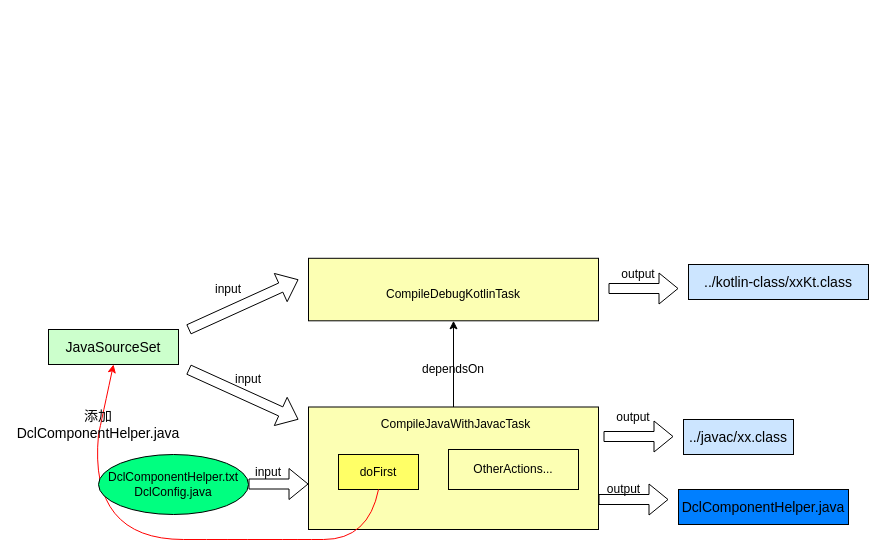
Before: page "Page-3" (3 of 3) of T9.drawio in shinecjj/UML, a draw.io diagram. Source tidied: cells renumbered, new cells numbered last; positions are measured from the earlier drawing's top-left corner, leaving out a move shared by most shapes. Both pictures are drawn from the tidied source at 100%, with x=0, y=0 at pixel (48, 258).
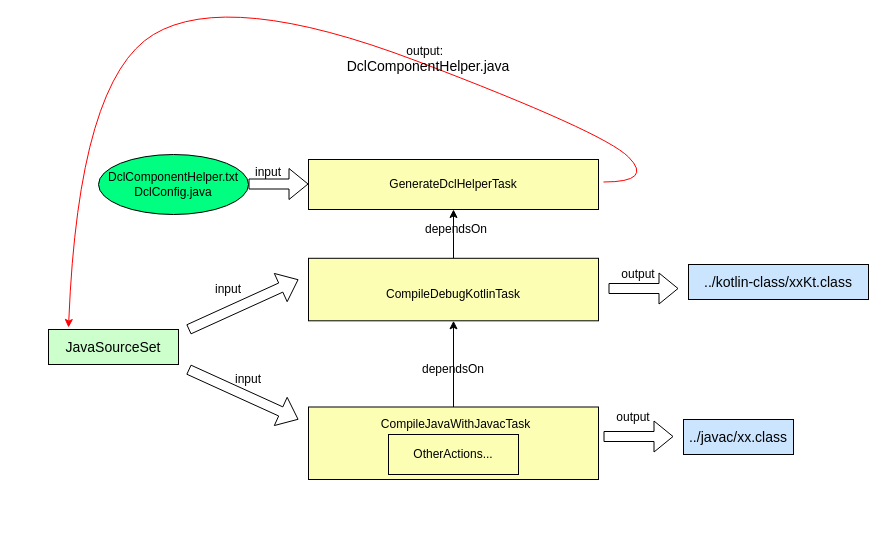
The same diagram, later.

The change refers to these unchanged cells:
```xml
<mxCell id="6" value="&lt;span style=&quot;font-size: 14px&quot;&gt;JavaSourceSet&lt;/span&gt;" style="rounded=0;whiteSpace=wrap;html=1;strokeColor=#000000;fillColor=#CCFFCC;" parent="1" vertex="1">
  <mxGeometry y="71" width="130" height="35" as="geometry" />
</mxCell>
<mxCell id="12" style="rounded=0;whiteSpace=wrap;html=1;strokeColor=#000000;fillColor=#FCFFB3;" parent="1" vertex="1">
  <mxGeometry x="260" y="-0.2" width="290" height="62.5" as="geometry" />
</mxCell>
```

What changed in the source:
```diff
@@
     <mxCell id="2" style="rounded=0;whiteSpace=wrap;html=1;strokeColor=#000000;fillColor=#FCFFB3;" parent="1" vertex="1">
-      <mxGeometry x="260" y="148.5" width="290" height="122.5" as="geometry" />
+      <mxGeometry x="260" y="148.5" width="290" height="72.5" as="geometry" />
     </mxCell>
@@
-    <mxCell id="4" value="doFirst" style="rounded=0;whiteSpace=wrap;html=1;strokeColor=#000000;fillColor=#FFFF66;" parent="1" vertex="1">
-      <mxGeometry x="290" y="196" width="80" height="35" as="geometry" />
-    </mxCell>
     <mxCell id="5" value="OtherActions..." style="rounded=0;whiteSpace=wrap;html=1;strokeColor=#000000;fillColor=#FCFFB3;" parent="1" vertex="1">
-      <mxGeometry x="400" y="191" width="130" height="40" as="geometry" />
+      <mxGeometry x="340" y="176" width="130" height="40" as="geometry" />
     </mxCell>
@@
-    <mxCell id="7" style="curved=1;endArrow=classic;html=1;fillColor=#FFFFFF;entryX=0.5;entryY=1;entryDx=0;entryDy=0;exitX=0.5;exitY=1;exitDx=0;exitDy=0;strokeColor=#FF0000;startArrow=none;" parent="1" edge="1" source="22" target="6">
-      <mxGeometry relative="1" as="geometry" />
-    </mxCell>
@@
+    <mxCell id="30" style="edgeStyle=orthogonalEdgeStyle;rounded=0;jettySize=auto;html=1;strokeColor=#000000;fillColor=#FFFFFF;" parent="1" edge="1" source="12" target="31">
+      <mxGeometry relative="1" as="geometry" />
+    </mxCell>
@@
-    <mxCell id="22" value="&lt;font style=&quot;font-size: 14px&quot;&gt;添加DclComponentHelper.java&lt;/font&gt;" style="text;html=1;strokeColor=none;fillColor=none;align=center;verticalAlign=middle;whiteSpace=wrap;rounded=0;" parent="1" vertex="1">
-      <mxGeometry x="30" y="156" width="40" height="20" as="geometry" />
-    </mxCell>
-    <mxCell id="23" style="curved=1;endArrow=none;html=1;fillColor=#FFFFFF;entryX=0.5;entryY=1;entryDx=0;entryDy=0;exitX=0.5;exitY=1;exitDx=0;exitDy=0;strokeColor=#FF0000;" parent="1" edge="1" source="4" target="22">
-      <mxGeometry relative="1" as="geometry">
-        <Array as="points">
-          <mxPoint x="320" y="281" />
-          <mxPoint x="230" y="281" />
-          <mxPoint x="40" y="281" />
-        </Array>
-      </mxGeometry>
-    </mxCell>
-    <mxCell id="24" style="shape=flexArrow;endArrow=classic;html=1;strokeColor=#000000;fillColor=#FFFFFF;" parent="1" edge="1">
-      <mxGeometry relative="1" as="geometry">
-        <mxPoint x="200" y="225.5" as="sourcePoint" />
-        <mxPoint x="260" y="225.5" as="targetPoint" />
-      </mxGeometry>
-    </mxCell>
+    <mxCell id="31" value="GenerateDclHelperTask" style="rounded=0;whiteSpace=wrap;html=1;strokeColor=#000000;fillColor=#FCFFB3;" parent="1" vertex="1">
+      <mxGeometry x="260" y="-99" width="290" height="50" as="geometry" />
+    </mxCell>
+    <mxCell id="32" style="shape=flexArrow;endArrow=classic;html=1;strokeColor=#000000;fillColor=#FFFFFF;" parent="1" edge="1">
+      <mxGeometry relative="1" as="geometry">
+        <mxPoint x="200" y="-74.5" as="sourcePoint" />
+        <mxPoint x="260" y="-74.5" as="targetPoint" />
+      </mxGeometry>
+    </mxCell>
     <mxCell id="25" value="input" style="text;html=1;strokeColor=none;fillColor=none;align=center;verticalAlign=middle;whiteSpace=wrap;rounded=0;" parent="1" vertex="1">
-      <mxGeometry x="200" y="203.5" width="40" height="20" as="geometry" />
+      <mxGeometry x="200" y="-96.5" width="40" height="20" as="geometry" />
     </mxCell>
     <mxCell id="26" value="&lt;span&gt;DclComponentHelper.txt&lt;br&gt;&lt;/span&gt;DclConfig.java" style="ellipse;whiteSpace=wrap;html=1;strokeColor=#000000;fillColor=#00FF80;" parent="1" vertex="1">
-      <mxGeometry x="50" y="196" width="150" height="60" as="geometry" />
+      <mxGeometry x="50" y="-104" width="150" height="60" as="geometry" />
     </mxCell>
-    <mxCell id="27" style="shape=flexArrow;endArrow=classic;html=1;fillColor=#FFFFFF;" parent="1" edge="1">
-      <mxGeometry relative="1" as="geometry">
-        <mxPoint x="550" y="241" as="sourcePoint" />
-        <mxPoint x="620" y="241" as="targetPoint" />
-      </mxGeometry>
-    </mxCell>
-    <mxCell id="28" value="output" style="text;html=1;align=center;verticalAlign=middle;strokeColor=none;" parent="1" vertex="1">
-      <mxGeometry x="550" y="221" width="50" height="20" as="geometry" />
-    </mxCell>
-    <mxCell id="29" value="&lt;span style=&quot;font-size: 14px&quot;&gt;DclComponentHelper.java&lt;/span&gt;" style="rounded=0;whiteSpace=wrap;html=1;strokeColor=#000000;fillColor=#007FFF;" parent="1" vertex="1">
-      <mxGeometry x="630" y="231" width="170" height="35" as="geometry" />
-    </mxCell>
+    <mxCell id="33" style="curved=1;endArrow=classic;html=1;strokeColor=#FF0000;fillColor=#FFFFFF;entryX=0.154;entryY=-0.057;entryDx=0;entryDy=0;entryPerimeter=0;" parent="1" edge="1" target="6">
+      <mxGeometry relative="1" as="geometry">
+        <mxPoint x="555" y="-76.5" as="sourcePoint" />
+        <Array as="points">
+          <mxPoint x="605" y="-76.5" />
+          <mxPoint x="555" y="-126.5" />
+          <mxPoint x="180" y="-269" />
+          <mxPoint x="30" y="-179" />
+        </Array>
+      </mxGeometry>
+    </mxCell>
+    <mxCell id="34" value="output:&amp;nbsp;&amp;nbsp;&lt;br&gt;&lt;span style=&quot;font-family: &amp;#34;helvetica&amp;#34; ; font-size: 14px&quot;&gt;DclComponentHelper.java&lt;/span&gt;" style="text;html=1;strokeColor=none;fillColor=none;align=center;verticalAlign=middle;whiteSpace=wrap;rounded=0;" parent="1" vertex="1">
+      <mxGeometry x="360" y="-209" width="40" height="20" as="geometry" />
+    </mxCell>
+    <mxCell id="35" value="dependsOn" style="text;html=1;strokeColor=none;fillColor=none;align=center;verticalAlign=middle;whiteSpace=wrap;rounded=0;" parent="1" vertex="1">
+      <mxGeometry x="387.5" y="-39" width="40" height="20" as="geometry" />
+    </mxCell>
```
